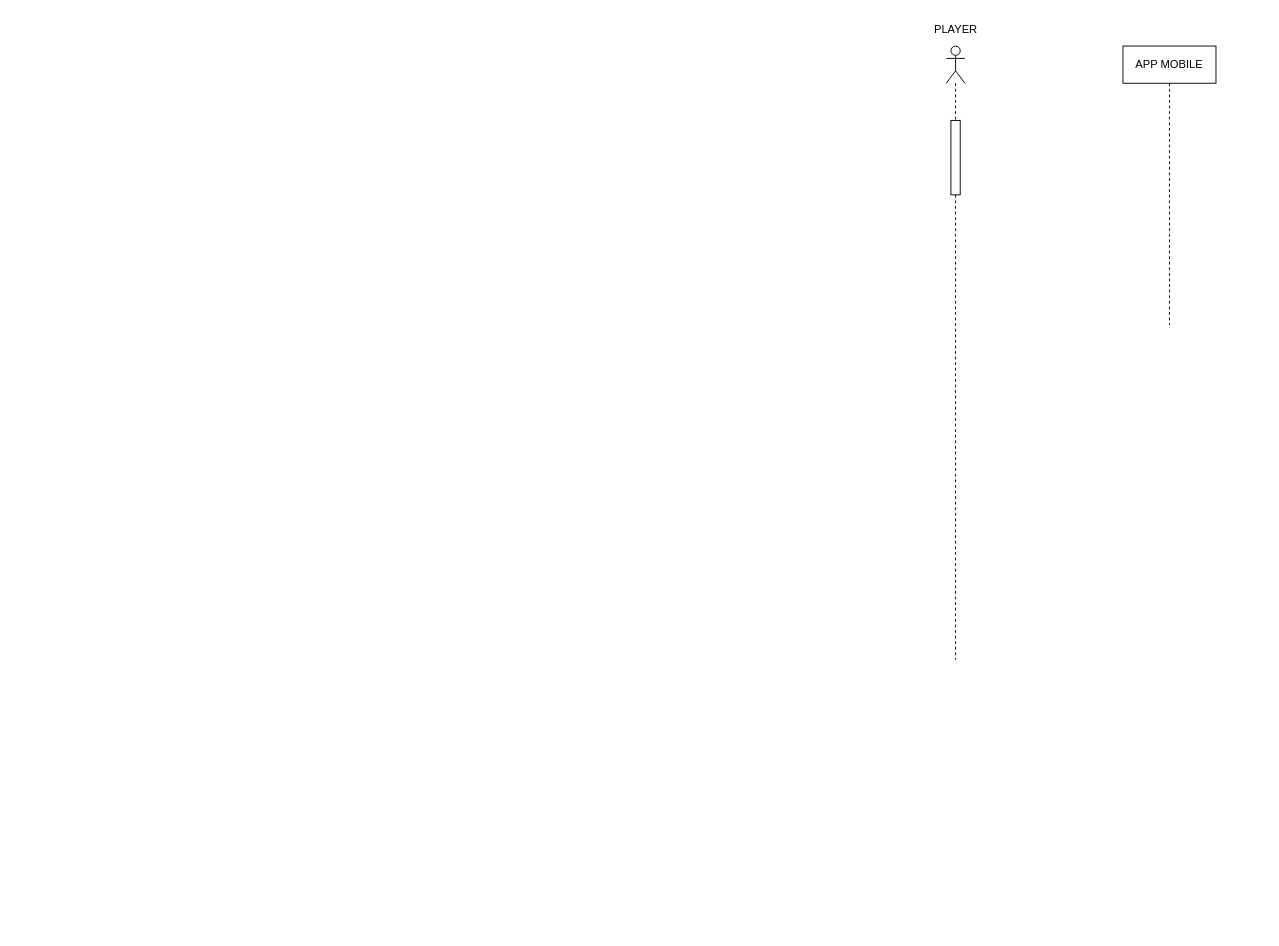
The draw.io diagram page "DS-JOUER-QUIZ-APP" (3 of 5) of QuizDiagram.drawio in kbvac/Diagramme-UML, before the edit. Source tidied: cells renumbered, new cells numbered last; positions are measured from the earlier drawing's top-left corner, leaving out a move shared by most shapes. Both pictures are drawn from the tidied source at 93%, with x=0, y=0 at pixel (923, 16).
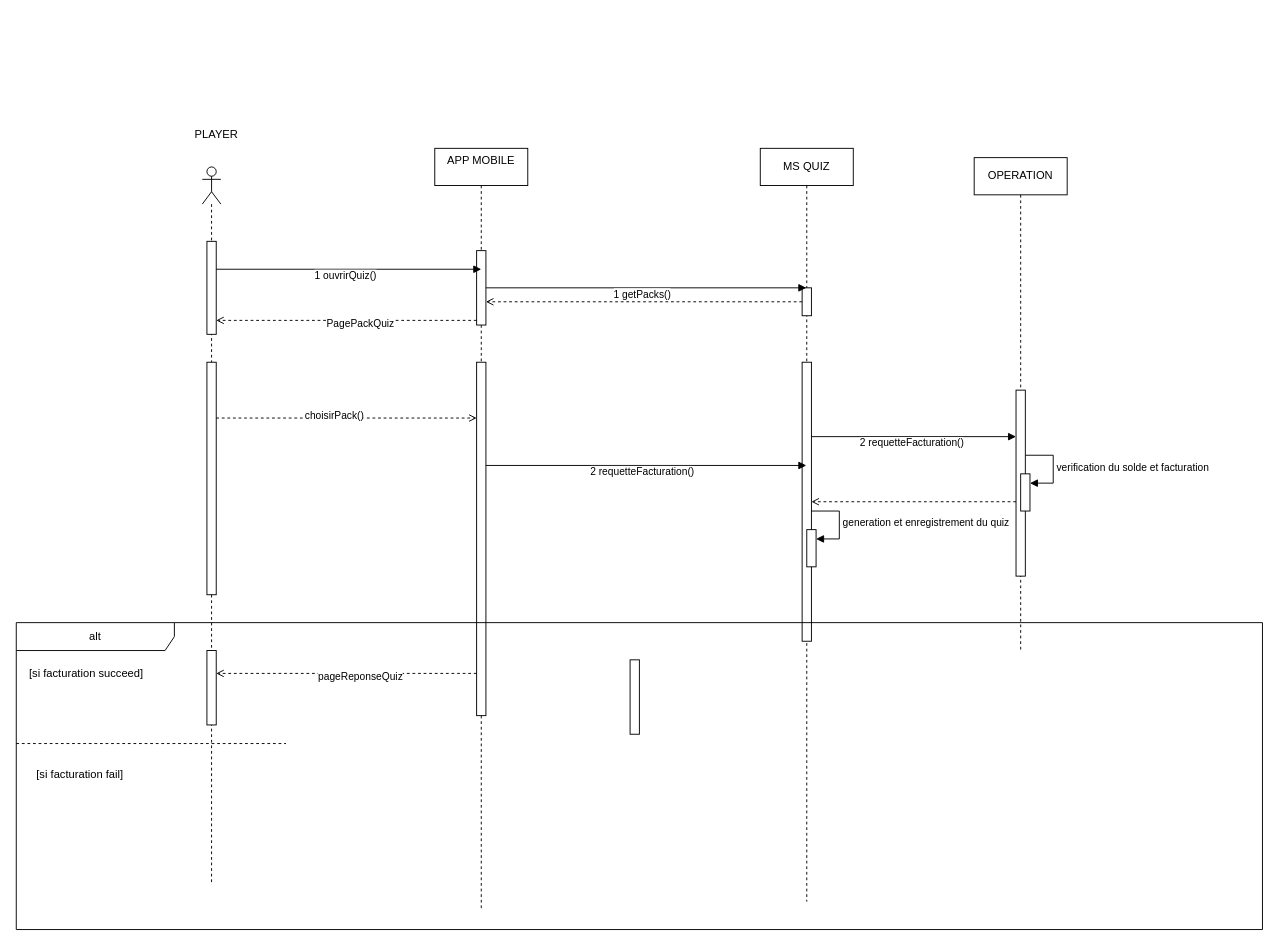
The same page after the edit.

The edit, as a diff of the source:
```diff
@@
     <mxCell id="2" style="shape=umlLifeline;perimeter=lifelinePerimeter;whiteSpace=wrap;html=1;newEdgeStyle={&quot;curved&quot;:0,&quot;rounded&quot;:0};participant=umlActor;" parent="1" vertex="1">
-      <mxGeometry x="25" y="32" width="20" height="660" as="geometry" />
+      <mxGeometry x="-775" y="162" width="20" height="770" as="geometry" />
     </mxCell>
     <mxCell id="3" style="html=1;points=[[0,0,0,0,5],[0,1,0,0,-5],[1,0,0,0,5],[1,1,0,0,-5]];perimeter=orthogonalPerimeter;outlineConnect=0;targetShapes=umlLifeline;portConstraint=eastwest;newEdgeStyle={&quot;curved&quot;:0,&quot;rounded&quot;:0};" parent="2" vertex="1">
-      <mxGeometry x="5" y="80" width="10" height="80" as="geometry" />
+      <mxGeometry x="5" y="80" width="10" height="100" as="geometry" />
     </mxCell>
+    <mxCell id="6" style="html=1;perimeter=orthogonalPerimeter;targetShapes=umlLifeline;newEdgeStyle={&quot;curved&quot;:0,&quot;rounded&quot;:0};" parent="2" vertex="1">
+      <mxGeometry x="5" y="210" width="10" height="250" as="geometry" />
+    </mxCell>
-    <mxCell id="4" value="APP MOBILE" style="shape=umlLifeline;perimeter=lifelinePerimeter;whiteSpace=wrap;html=1;newEdgeStyle={&quot;edgeStyle&quot;:&quot;elbowEdgeStyle&quot;,&quot;elbow&quot;:&quot;vertical&quot;,&quot;curved&quot;:0,&quot;rounded&quot;:0};" parent="1" vertex="1">
-      <mxGeometry x="215" y="32" width="100" height="300" as="geometry" />
+    <mxCell id="4" value="APP MOBILE&lt;div&gt;&lt;br/&gt;&lt;/div&gt;" style="shape=umlLifeline;perimeter=lifelinePerimeter;whiteSpace=wrap;html=1;newEdgeStyle={&quot;edgeStyle&quot;:&quot;elbowEdgeStyle&quot;,&quot;elbow&quot;:&quot;vertical&quot;,&quot;curved&quot;:0,&quot;rounded&quot;:0};" parent="1" vertex="1">
+      <mxGeometry x="-525" y="142" width="100" height="820" as="geometry" />
     </mxCell>
+    <mxCell id="7" style="html=1;points=[[0,0,0,0,5],[0,1,0,0,-5],[1,0,0,0,5],[1,1,0,0,-5]];perimeter=orthogonalPerimeter;outlineConnect=0;targetShapes=umlLifeline;portConstraint=eastwest;newEdgeStyle={&quot;curved&quot;:0,&quot;rounded&quot;:0};" parent="4" vertex="1">
+      <mxGeometry x="45" y="110" width="10" height="80" as="geometry" />
+    </mxCell>
+    <mxCell id="8" style="html=1;perimeter=orthogonalPerimeter;targetShapes=umlLifeline;newEdgeStyle={&quot;curved&quot;:0,&quot;rounded&quot;:0};" parent="4" vertex="1">
+      <mxGeometry x="45" y="230" width="10" height="380" as="geometry" />
+    </mxCell>
     <mxCell id="5" value="PLAYER" style="text;html=1;align=center;verticalAlign=middle;strokeColor=none;fillColor=none;" parent="1" vertex="1">
-      <mxGeometry width="70" height="30" as="geometry" />
+      <mxGeometry x="-795" y="112" width="70" height="30" as="geometry" />
     </mxCell>
+    <mxCell id="9" value="OPERATION" style="shape=umlLifeline;perimeter=lifelinePerimeter;whiteSpace=wrap;html=1;newEdgeStyle={&quot;edgeStyle&quot;:&quot;elbowEdgeStyle&quot;,&quot;elbow&quot;:&quot;vertical&quot;,&quot;curved&quot;:0,&quot;rounded&quot;:0};" parent="1" vertex="1">
+      <mxGeometry x="55" y="152" width="100" height="530" as="geometry" />
+    </mxCell>
+    <mxCell id="10" style="html=1;perimeter=orthogonalPerimeter;targetShapes=umlLifeline;newEdgeStyle={&quot;curved&quot;:0,&quot;rounded&quot;:0};" parent="9" vertex="1">
+      <mxGeometry x="45" y="250" width="10" height="200" as="geometry" />
+    </mxCell>
+    <mxCell id="11" style="html=1;points=[[0,0,0,0,5],[0,1,0,0,-5],[1,0,0,0,5],[1,1,0,0,-5]];perimeter=orthogonalPerimeter;outlineConnect=0;targetShapes=umlLifeline;portConstraint=eastwest;newEdgeStyle={&quot;curved&quot;:0,&quot;rounded&quot;:0};" parent="9" vertex="1">
+      <mxGeometry x="50" y="340" width="10" height="40" as="geometry" />
+    </mxCell>
+    <mxCell id="12" value="verification du solde et facturation" style="html=1;align=left;spacingLeft=2;endArrow=block;rounded=0;edgeStyle=orthogonalEdgeStyle;curved=0;rounded=0;" parent="9" edge="1" target="11">
+      <mxGeometry relative="1" as="geometry">
+        <mxPoint x="55" y="320" as="sourcePoint" />
+        <Array as="points">
+          <mxPoint x="85" y="350" />
+        </Array>
+      </mxGeometry>
+    </mxCell>
+    <mxCell id="13" value="MS QUIZ" style="shape=umlLifeline;perimeter=lifelinePerimeter;whiteSpace=wrap;html=1;newEdgeStyle={&quot;edgeStyle&quot;:&quot;elbowEdgeStyle&quot;,&quot;elbow&quot;:&quot;vertical&quot;,&quot;curved&quot;:0,&quot;rounded&quot;:0};" parent="1" vertex="1">
+      <mxGeometry x="-175" y="142" width="100" height="810" as="geometry" />
+    </mxCell>
+    <mxCell id="14" style="html=1;points=[[0,0,0,0,5],[0,1,0,0,-5],[1,0,0,0,5],[1,1,0,0,-5]];perimeter=orthogonalPerimeter;outlineConnect=0;targetShapes=umlLifeline;portConstraint=eastwest;newEdgeStyle={&quot;curved&quot;:0,&quot;rounded&quot;:0};" parent="13" vertex="1">
+      <mxGeometry x="45" y="150" width="10" height="30" as="geometry" />
+    </mxCell>
+    <mxCell id="15" style="html=1;perimeter=orthogonalPerimeter;targetShapes=umlLifeline;newEdgeStyle={&quot;curved&quot;:0,&quot;rounded&quot;:0};" parent="13" vertex="1">
+      <mxGeometry x="45" y="230" width="10" height="300" as="geometry" />
+    </mxCell>
+    <mxCell id="16" style="html=1;points=[[0,0,0,0,5],[0,1,0,0,-5],[1,0,0,0,5],[1,1,0,0,-5]];perimeter=orthogonalPerimeter;outlineConnect=0;targetShapes=umlLifeline;portConstraint=eastwest;newEdgeStyle={&quot;curved&quot;:0,&quot;rounded&quot;:0};" parent="13" vertex="1">
+      <mxGeometry x="50" y="410" width="10" height="40" as="geometry" />
+    </mxCell>
+    <mxCell id="17" value="generation et enregistrement du quiz" style="html=1;align=left;spacingLeft=2;endArrow=block;rounded=0;edgeStyle=orthogonalEdgeStyle;curved=0;rounded=0;" parent="13" edge="1" target="16">
+      <mxGeometry relative="1" as="geometry">
+        <mxPoint x="55" y="390" as="sourcePoint" />
+        <Array as="points">
+          <mxPoint x="85" y="420" />
+        </Array>
+      </mxGeometry>
+    </mxCell>
+    <mxCell id="18" style="html=1;verticalAlign=bottom;labelBackgroundColor=none;endArrow=block;endFill=1;rounded=0;" parent="1" edge="1">
+      <mxGeometry relative="1" as="geometry">
+        <mxPoint x="-760" y="272" as="sourcePoint" />
+        <mxPoint x="-475" y="272" as="targetPoint" />
+      </mxGeometry>
+    </mxCell>
+    <mxCell id="19" value="1 ouvrirQuiz()" style="edgeLabel;html=1;align=center;verticalAlign=middle;" parent="18" vertex="1">
+      <mxGeometry x="-0.03" y="-6" relative="1" as="geometry" />
+    </mxCell>
+    <mxCell id="20" style="html=1;verticalAlign=bottom;labelBackgroundColor=none;endArrow=open;endFill=0;dashed=1;rounded=0;" parent="1" edge="1" source="14" target="7">
+      <mxGeometry relative="1" as="geometry" />
+    </mxCell>
+    <mxCell id="21" style="html=1;verticalAlign=bottom;labelBackgroundColor=none;endArrow=block;endFill=1;rounded=0;" parent="1" edge="1">
+      <mxGeometry relative="1" as="geometry">
+        <mxPoint x="-470" y="292" as="sourcePoint" />
+        <mxPoint x="-125.5" y="292" as="targetPoint" />
+      </mxGeometry>
+    </mxCell>
+    <mxCell id="22" value="1 getPacks()" style="edgeLabel;html=1;align=center;verticalAlign=middle;" parent="21" vertex="1">
+      <mxGeometry x="-0.03" y="-6" relative="1" as="geometry" />
+    </mxCell>
+    <mxCell id="23" style="html=1;verticalAlign=bottom;labelBackgroundColor=none;endArrow=open;endFill=0;dashed=1;rounded=0;exitX=0;exitY=1;exitDx=0;exitDy=-5;exitPerimeter=0;" parent="1" edge="1" source="7" target="3">
+      <mxGeometry relative="1" as="geometry" />
+    </mxCell>
+    <mxCell id="24" value="PagePackQuiz" style="edgeLabel;html=1;align=center;verticalAlign=middle;" parent="23" vertex="1">
+      <mxGeometry x="-0.1" y="3" relative="1" as="geometry" />
+    </mxCell>
+    <mxCell id="25" style="html=1;verticalAlign=bottom;labelBackgroundColor=none;endArrow=block;endFill=1;rounded=0;" parent="1" edge="1">
+      <mxGeometry relative="1" as="geometry">
+        <mxPoint x="-470" y="483" as="sourcePoint" />
+        <mxPoint x="-125.5" y="483" as="targetPoint" />
+      </mxGeometry>
+    </mxCell>
+    <mxCell id="26" value="2 requetteFacturation()" style="edgeLabel;html=1;align=center;verticalAlign=middle;" parent="25" vertex="1">
+      <mxGeometry x="-0.03" y="-6" relative="1" as="geometry" />
+    </mxCell>
+    <mxCell id="27" style="html=1;verticalAlign=bottom;labelBackgroundColor=none;endArrow=block;endFill=1;rounded=0;" parent="1" edge="1">
+      <mxGeometry relative="1" as="geometry">
+        <mxPoint x="-120" y="452" as="sourcePoint" />
+        <mxPoint x="100" y="452" as="targetPoint" />
+      </mxGeometry>
+    </mxCell>
+    <mxCell id="28" value="2 requetteFacturation()" style="edgeLabel;html=1;align=center;verticalAlign=middle;" parent="27" vertex="1">
+      <mxGeometry x="-0.03" y="-6" relative="1" as="geometry" />
+    </mxCell>
+    <mxCell id="29" style="html=1;verticalAlign=bottom;labelBackgroundColor=none;endArrow=open;endFill=0;dashed=1;rounded=0;" parent="1" edge="1">
+      <mxGeometry relative="1" as="geometry">
+        <mxPoint x="100" y="522" as="sourcePoint" />
+        <mxPoint x="-120" y="522" as="targetPoint" />
+      </mxGeometry>
+    </mxCell>
+    <mxCell id="30" style="html=1;verticalAlign=bottom;labelBackgroundColor=none;endArrow=open;endFill=0;dashed=1;rounded=0;" parent="1" edge="1">
+      <mxGeometry relative="1" as="geometry">
+        <mxPoint x="-760" y="432" as="sourcePoint" />
+        <mxPoint x="-480" y="432" as="targetPoint" />
+      </mxGeometry>
+    </mxCell>
+    <mxCell id="31" value="choisirPack()" style="edgeLabel;html=1;align=center;verticalAlign=middle;" parent="30" vertex="1">
+      <mxGeometry x="-0.1" y="3" relative="1" as="geometry" />
+    </mxCell>
+    <mxCell id="32" value="alt" style="shape=umlFrame;whiteSpace=wrap;html=1;width=170;" parent="1" vertex="1">
+      <mxGeometry x="-975" y="652" width="1340" height="330" as="geometry" />
+    </mxCell>
+    <mxCell id="33" value="[si facturation fail]" style="line;strokeWidth=1;dashed=1;labelPosition=center;verticalLabelPosition=bottom;align=left;verticalAlign=top;spacingLeft=20;spacingTop=15;html=1;whiteSpace=wrap;" parent="32" vertex="1">
+      <mxGeometry y="125" width="290" height="10" as="geometry" />
+    </mxCell>
+    <mxCell id="34" value="[si facturation succeed]" style="text;html=1;align=center;verticalAlign=middle;strokeColor=none;fillColor=none;" parent="32" vertex="1">
+      <mxGeometry y="40" width="150" height="30" as="geometry" />
+    </mxCell>
+    <mxCell id="35" style="html=1;verticalAlign=bottom;labelBackgroundColor=none;endArrow=open;endFill=0;dashed=1;rounded=0;" parent="32" edge="1" target="37">
+      <mxGeometry relative="1" as="geometry">
+        <mxPoint x="495" y="54.6" as="sourcePoint" />
+      </mxGeometry>
+    </mxCell>
+    <mxCell id="36" value="pageReponseQuiz" style="edgeLabel;html=1;align=center;verticalAlign=middle;" parent="35" vertex="1">
+      <mxGeometry x="-0.1" y="3" relative="1" as="geometry" />
+    </mxCell>
+    <mxCell id="37" style="html=1;points=[[0,0,0,0,5],[0,1,0,0,-5],[1,0,0,0,5],[1,1,0,0,-5]];perimeter=orthogonalPerimeter;outlineConnect=0;targetShapes=umlLifeline;portConstraint=eastwest;newEdgeStyle={&quot;curved&quot;:0,&quot;rounded&quot;:0};" parent="32" vertex="1">
+      <mxGeometry x="205" y="30" width="10" height="80" as="geometry" />
+    </mxCell>
+    <mxCell id="38" style="html=1;perimeter=orthogonalPerimeter;targetShapes=umlLifeline;newEdgeStyle={&quot;curved&quot;:0,&quot;rounded&quot;:0};" parent="1" vertex="1">
+      <mxGeometry x="-315" y="692" width="10" height="80" as="geometry" />
+    </mxCell>
```
